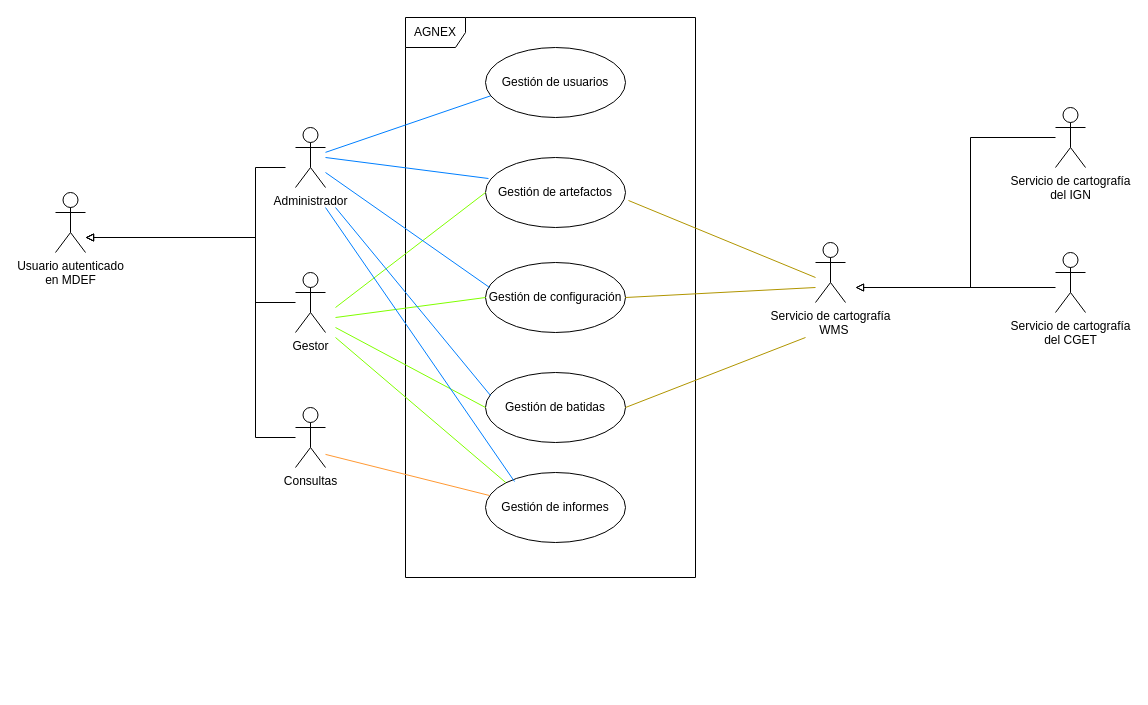
Above: Docu elaborada/ModeloDeNegocio.drawio in pquella/buscaminas (draw.io), before the change. Source tidied: cells renumbered, new cells numbered last; positions are measured from the earlier drawing's top-left corner, leaving out a move shared by most shapes. Both pictures are drawn from the tidied source at 100%, with x=0, y=0 at pixel (55, 17).
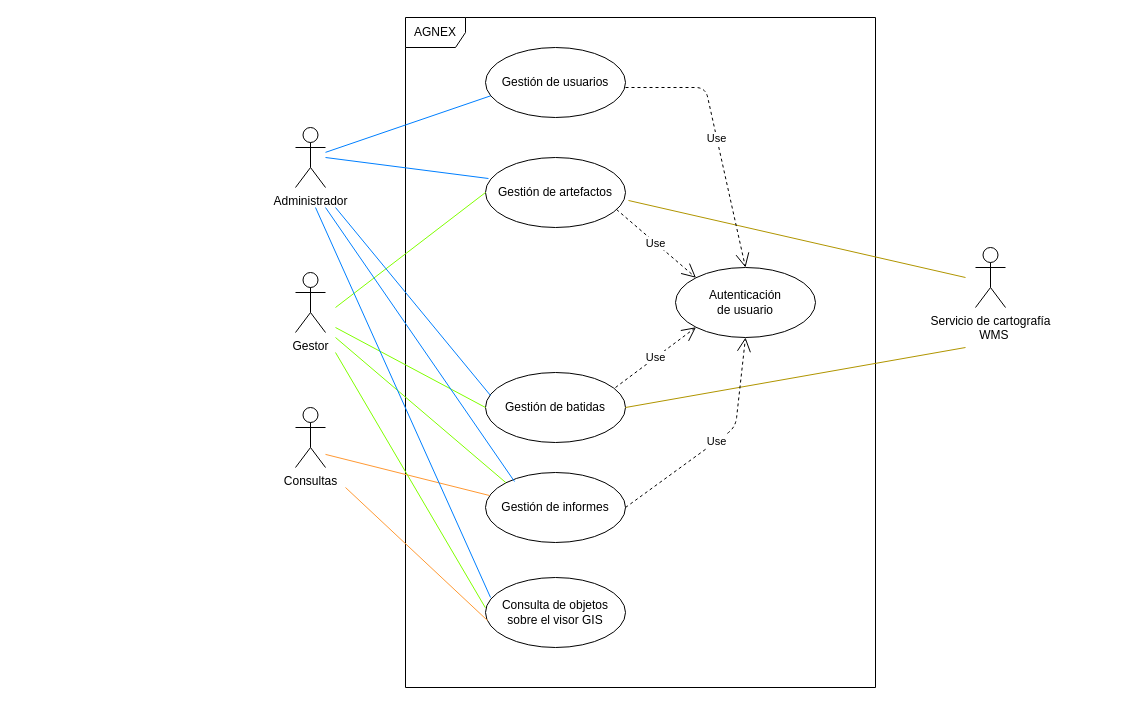
Above is the later version.

The change refers to these unchanged cells:
```xml
<mxCell id="8" value="Gestor" style="shape=umlActor;verticalLabelPosition=bottom;labelBackgroundColor=#ffffff;verticalAlign=top;html=1;shadow=0;" parent="1" vertex="1">
  <mxGeometry x="240" y="255" width="30" height="60" as="geometry" />
</mxCell>
<mxCell id="10" value="Gestión de artefactos" style="ellipse;whiteSpace=wrap;html=1;shadow=0;" parent="1" vertex="1">
  <mxGeometry x="430" y="140" width="140" height="70" as="geometry" />
</mxCell>
<mxCell id="12" value="Gestión de batidas" style="ellipse;whiteSpace=wrap;html=1;shadow=0;" parent="1" vertex="1">
  <mxGeometry x="430" y="355" width="140" height="70" as="geometry" />
</mxCell>
<mxCell id="13" value="Gestión de informes" style="ellipse;whiteSpace=wrap;html=1;shadow=0;" parent="1" vertex="1">
  <mxGeometry x="430" y="455" width="140" height="70" as="geometry" />
</mxCell>
<mxCell id="15" value="Consultas" style="shape=umlActor;verticalLabelPosition=bottom;labelBackgroundColor=#ffffff;verticalAlign=top;html=1;shadow=0;" parent="1" vertex="1">
  <mxGeometry x="240" y="390" width="30" height="60" as="geometry" />
</mxCell>
```

Change to the diagram source:
```diff
@@
     <mxCell id="2" value="AGNEX" style="shape=umlFrame;whiteSpace=wrap;html=1;shadow=0;" parent="1" vertex="1">
-      <mxGeometry x="350" width="290" height="560" as="geometry" />
+      <mxGeometry x="350" width="470" height="670" as="geometry" />
     </mxCell>
@@
-    <mxCell id="5" style="edgeStyle=orthogonalEdgeStyle;rounded=0;jettySize=auto;html=1;endArrow=block;endFill=0;" parent="1" edge="1" target="6">
-      <mxGeometry relative="1" as="geometry">
-        <mxPoint x="230" y="150" as="sourcePoint" />
-        <Array as="points">
-          <mxPoint x="200" y="150" />
-          <mxPoint x="200" y="220" />
-        </Array>
-      </mxGeometry>
-    </mxCell>
-    <mxCell id="6" value="&lt;div&gt;Usuario autenticado&lt;/div&gt;&lt;div&gt; en MDEF&lt;/div&gt;" style="shape=umlActor;verticalLabelPosition=bottom;labelBackgroundColor=#ffffff;verticalAlign=top;html=1;shadow=0;" parent="1" vertex="1">
-      <mxGeometry y="175" width="30" height="60" as="geometry" />
-    </mxCell>
-    <mxCell id="7" style="edgeStyle=orthogonalEdgeStyle;rounded=0;jettySize=auto;html=1;endArrow=block;endFill=0;" parent="1" edge="1" source="8">
-      <mxGeometry relative="1" as="geometry">
-        <mxPoint x="30" y="220" as="targetPoint" />
-        <Array as="points">
-          <mxPoint x="200" y="285" />
-          <mxPoint x="200" y="220" />
-          <mxPoint x="30" y="220" />
-        </Array>
-      </mxGeometry>
-    </mxCell>
@@
-    <mxCell id="11" value="Gestión de configuración" style="ellipse;whiteSpace=wrap;html=1;shadow=0;" parent="1" vertex="1">
-      <mxGeometry x="430" y="245" width="140" height="70" as="geometry" />
-    </mxCell>
@@
-    <mxCell id="14" style="edgeStyle=orthogonalEdgeStyle;rounded=0;jettySize=auto;html=1;endArrow=block;endFill=0;" parent="1" edge="1" source="15">
-      <mxGeometry relative="1" as="geometry">
-        <mxPoint x="30" y="220" as="targetPoint" />
-        <Array as="points">
-          <mxPoint x="200" y="420" />
-          <mxPoint x="200" y="220" />
-        </Array>
-      </mxGeometry>
-    </mxCell>
@@
-    <mxCell id="16" style="edgeStyle=orthogonalEdgeStyle;rounded=0;jettySize=auto;html=1;endArrow=block;endFill=0;" parent="1" edge="1" source="17">
-      <mxGeometry relative="1" as="geometry">
-        <mxPoint x="800" y="270" as="targetPoint" />
-        <Array as="points">
-          <mxPoint x="915" y="120" />
-          <mxPoint x="915" y="270" />
-        </Array>
-      </mxGeometry>
-    </mxCell>
-    <mxCell id="17" value="&lt;div&gt;Servicio de cartografía&lt;/div&gt;&lt;div&gt; del IGN&lt;/div&gt;" style="shape=umlActor;verticalLabelPosition=bottom;labelBackgroundColor=#ffffff;verticalAlign=top;html=1;shadow=0;" parent="1" vertex="1">
-      <mxGeometry x="1000" y="90" width="30" height="60" as="geometry" />
-    </mxCell>
-    <mxCell id="18" style="edgeStyle=orthogonalEdgeStyle;rounded=0;jettySize=auto;html=1;endArrow=block;endFill=0;" parent="1" edge="1" source="19">
-      <mxGeometry relative="1" as="geometry">
-        <mxPoint x="800" y="270" as="targetPoint" />
-        <Array as="points">
-          <mxPoint x="820" y="270" />
-        </Array>
-      </mxGeometry>
-    </mxCell>
-    <mxCell id="19" value="&lt;div&gt;Servicio de cartografía&lt;/div&gt;&lt;div&gt; del CGET&lt;br&gt;&lt;/div&gt;" style="shape=umlActor;verticalLabelPosition=bottom;labelBackgroundColor=#ffffff;verticalAlign=top;html=1;shadow=0;" parent="1" vertex="1">
-      <mxGeometry x="1000" y="235" width="30" height="60" as="geometry" />
-    </mxCell>
     <mxCell id="20" value="&lt;div&gt;Servicio de cartografía&lt;/div&gt;&lt;div&gt;&amp;nbsp; WMS&lt;br&gt;&lt;/div&gt;" style="shape=umlActor;verticalLabelPosition=bottom;labelBackgroundColor=#ffffff;verticalAlign=top;html=1;shadow=0;" parent="1" vertex="1">
-      <mxGeometry x="760" y="225" width="30" height="60" as="geometry" />
+      <mxGeometry x="920" y="230" width="30" height="60" as="geometry" />
     </mxCell>
@@
-    <mxCell id="22" style="rounded=0;jettySize=auto;html=1;endArrow=none;endFill=0;strokeColor=#007FFF;entryX=0.029;entryY=0.357;entryDx=0;entryDy=0;entryPerimeter=0;" parent="1" edge="1" target="11">
-      <mxGeometry relative="1" as="geometry">
-        <mxPoint x="270" y="155" as="sourcePoint" />
-      </mxGeometry>
-    </mxCell>
-    <mxCell id="23" style="rounded=0;jettySize=auto;html=1;endArrow=none;endFill=0;strokeColor=#80FF00;entryX=0;entryY=0.5;entryDx=0;entryDy=0;" parent="1" edge="1" target="11">
-      <mxGeometry relative="1" as="geometry">
-        <mxPoint x="280" y="300" as="sourcePoint" />
-      </mxGeometry>
-    </mxCell>
@@
-    <mxCell id="27" style="rounded=0;jettySize=auto;html=1;endArrow=none;endFill=0;strokeColor=#FF9933;entryX=0.029;entryY=0.329;entryDx=0;entryDy=0;entryPerimeter=0;" parent="1" edge="1" target="13">
+    <mxCell id="27" style="rounded=0;jettySize=auto;html=1;endArrow=none;endFill=0;strokeColor=#FF9933;entryX=0.029;entryY=0.329;entryDx=0;entryDy=0;entryPerimeter=0;shadow=0;" parent="1" edge="1" target="13">
       <mxGeometry relative="1" as="geometry">
         <mxPoint x="270" y="436.9" as="sourcePoint" />
       </mxGeometry>
     </mxCell>
     <mxCell id="28" style="rounded=0;jettySize=auto;html=1;endArrow=none;endFill=0;strokeColor=#B09500;entryX=1.021;entryY=0.614;entryDx=0;entryDy=0;entryPerimeter=0;fillColor=#e3c800;" parent="1" edge="1" target="10">
       <mxGeometry relative="1" as="geometry">
-        <mxPoint x="760" y="260" as="sourcePoint" />
+        <mxPoint x="910" y="260" as="sourcePoint" />
       </mxGeometry>
     </mxCell>
-    <mxCell id="29" style="rounded=0;jettySize=auto;html=1;endArrow=none;endFill=0;strokeColor=#B09500;entryX=1;entryY=0.5;entryDx=0;entryDy=0;fillColor=#e3c800;" parent="1" edge="1" target="11">
-      <mxGeometry relative="1" as="geometry">
-        <mxPoint x="760" y="270" as="sourcePoint" />
-      </mxGeometry>
-    </mxCell>
     <mxCell id="30" style="rounded=0;jettySize=auto;html=1;endArrow=none;endFill=0;strokeColor=#B09500;entryX=1;entryY=0.5;entryDx=0;entryDy=0;fillColor=#e3c800;" parent="1" edge="1" target="12">
       <mxGeometry relative="1" as="geometry">
-        <mxPoint x="750" y="320" as="sourcePoint" />
+        <mxPoint x="910" y="330" as="sourcePoint" />
       </mxGeometry>
     </mxCell>
@@
+    <mxCell id="33" value="&lt;div&gt;Autenticación&lt;/div&gt;&lt;div&gt; de usuario&lt;/div&gt;" style="ellipse;whiteSpace=wrap;html=1;shadow=0;" parent="1" vertex="1">
+      <mxGeometry x="620" y="250" width="140" height="70" as="geometry" />
+    </mxCell>
+    <mxCell id="34" value="Use" style="endArrow=open;endSize=12;dashed=1;html=1;entryX=0.5;entryY=0;entryDx=0;entryDy=0;" parent="1" edge="1" target="33">
+      <mxGeometry relative="1" as="geometry">
+        <mxPoint x="570" y="70" as="sourcePoint" />
+        <Array as="points">
+          <mxPoint x="650" y="70" />
+        </Array>
+      </mxGeometry>
+    </mxCell>
+    <mxCell id="35" value="Use" style="endArrow=open;endSize=12;dashed=1;html=1;entryX=0;entryY=0;entryDx=0;entryDy=0;exitX=0.936;exitY=0.743;exitDx=0;exitDy=0;exitPerimeter=0;" parent="1" edge="1" source="10" target="33">
+      <mxGeometry relative="1" as="geometry" />
+    </mxCell>
+    <mxCell id="36" value="Use" style="endArrow=open;endSize=12;dashed=1;html=1;entryX=0;entryY=1;entryDx=0;entryDy=0;" parent="1" edge="1" target="33">
+      <mxGeometry relative="1" as="geometry">
+        <mxPoint x="560" y="370" as="sourcePoint" />
+      </mxGeometry>
+    </mxCell>
+    <mxCell id="37" value="Use" style="endArrow=open;endSize=12;dashed=1;html=1;entryX=0.5;entryY=1;entryDx=0;entryDy=0;" parent="1" edge="1" target="33">
+      <mxGeometry relative="1" as="geometry">
+        <mxPoint x="570" y="490" as="sourcePoint" />
+        <Array as="points">
+          <mxPoint x="680" y="410" />
+        </Array>
+      </mxGeometry>
+    </mxCell>
+    <mxCell id="38" value="&lt;div&gt;Consulta de objetos&lt;/div&gt;&lt;div&gt;sobre el visor GIS&lt;br&gt;&lt;/div&gt;" style="ellipse;whiteSpace=wrap;html=1;shadow=0;" parent="1" vertex="1">
+      <mxGeometry x="430" y="560" width="140" height="70" as="geometry" />
+    </mxCell>
+    <mxCell id="39" style="rounded=0;jettySize=auto;html=1;endArrow=none;endFill=0;strokeColor=#007FFF;entryX=0.036;entryY=0.286;entryDx=0;entryDy=0;entryPerimeter=0;" parent="1" edge="1" target="38">
+      <mxGeometry relative="1" as="geometry">
+        <mxPoint x="260" y="190" as="sourcePoint" />
+      </mxGeometry>
+    </mxCell>
+    <mxCell id="40" style="rounded=0;jettySize=auto;html=1;endArrow=none;endFill=0;strokeColor=#80FF00;entryX=0.17;entryY=0.881;entryDx=0;entryDy=0;entryPerimeter=0;" parent="1" edge="1" target="2">
+      <mxGeometry relative="1" as="geometry">
+        <mxPoint x="280" y="335" as="sourcePoint" />
+      </mxGeometry>
+    </mxCell>
+    <mxCell id="41" style="rounded=0;jettySize=auto;html=1;endArrow=none;endFill=0;strokeColor=#FF9933;entryX=0.014;entryY=0.614;entryDx=0;entryDy=0;entryPerimeter=0;shadow=0;startSize=10;" parent="1" edge="1" target="38">
+      <mxGeometry relative="1" as="geometry">
+        <mxPoint x="290" y="470" as="sourcePoint" />
+      </mxGeometry>
+    </mxCell>
```
